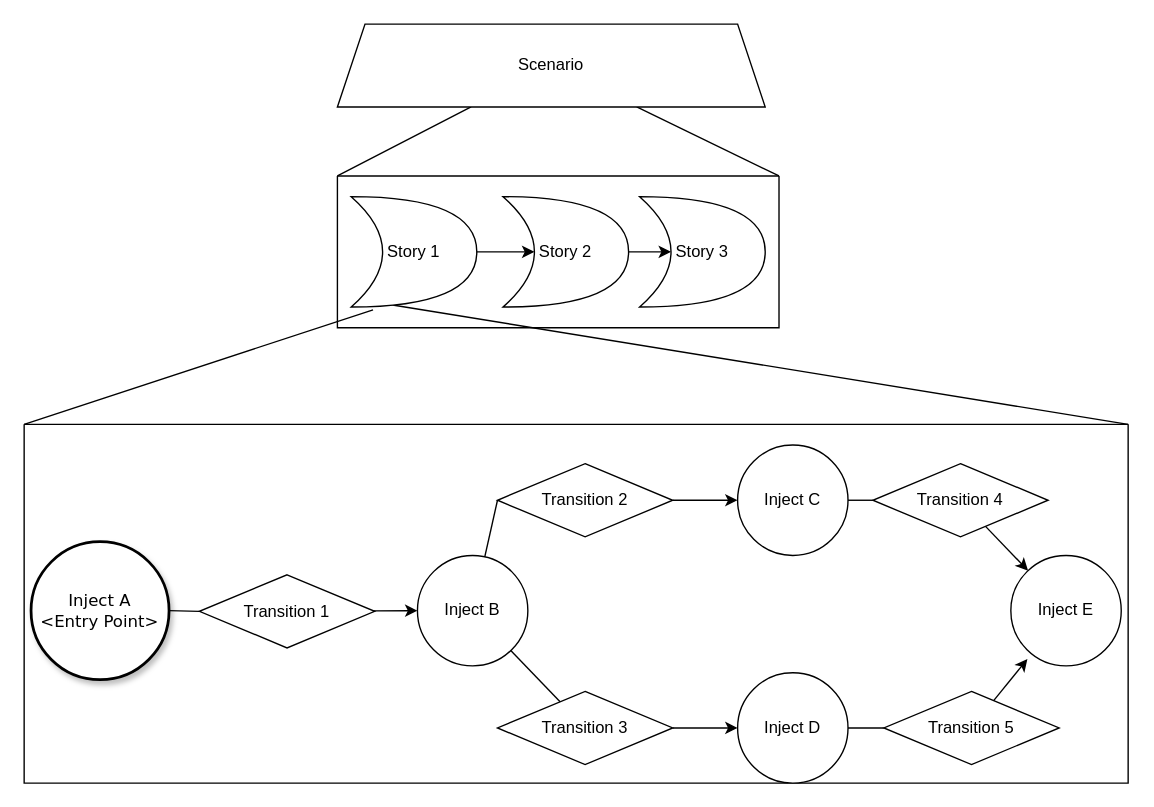
Before: page "Scenario with injects" (7 of 7) of artefacts/requirements/examples/Example Scenario.drawio in Elias-Ladenburger/CSEP, a draw.io diagram. Source tidied: cells renumbered, new cells numbered last; positions are measured from the earlier drawing's top-left corner, leaving out a move shared by most shapes. Both pictures are drawn from the tidied source at 138%, with x=0, y=0 at pixel (23, 23).
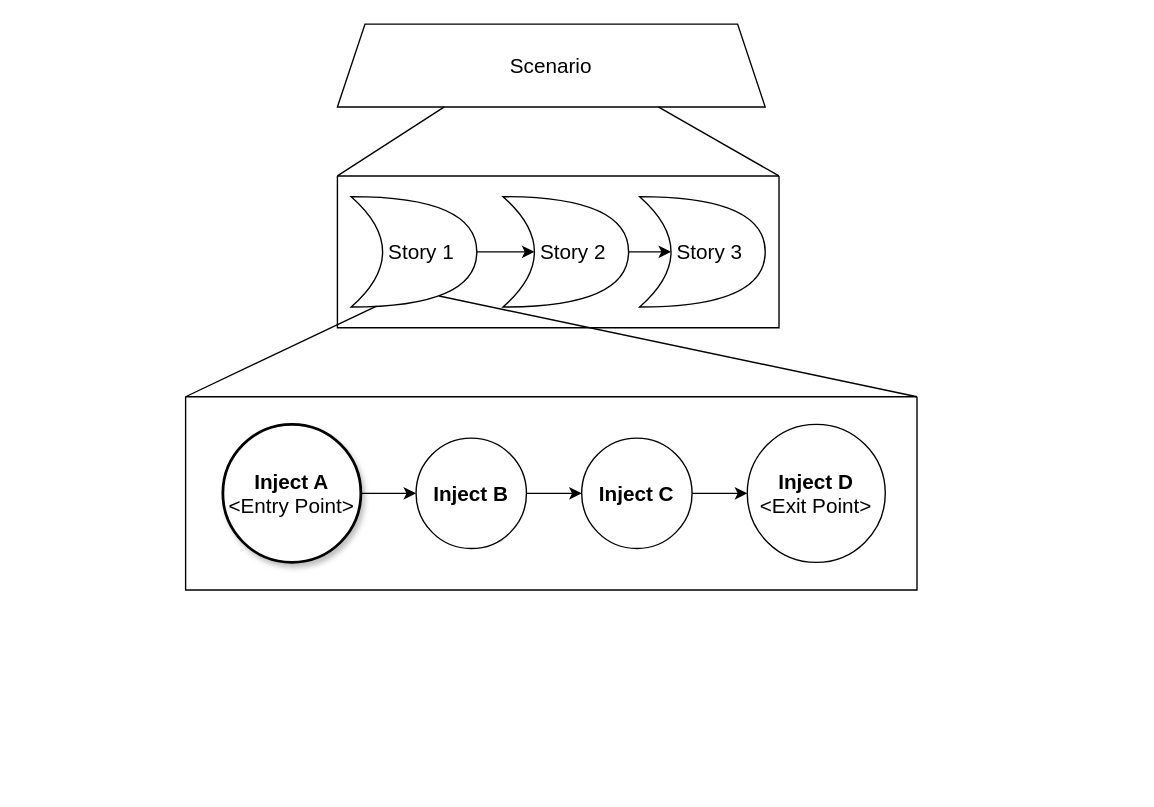
The same diagram, later.

The edit, as a diff of the source:
```diff
@@
-    <mxCell id="0" />
-    <mxCell id="1" parent="0" />
-    <mxCell id="2" style="edgeStyle=none;rounded=0;jettySize=auto;html=1;entryX=1;entryY=0;entryDx=0;entryDy=0;endArrow=none;endFill=0;" parent="1" edge="1" source="4" target="28">
-      <mxGeometry relative="1" as="geometry" />
-    </mxCell>
-    <mxCell id="3" style="edgeStyle=none;rounded=0;jettySize=auto;html=1;entryX=0;entryY=0;entryDx=0;entryDy=0;endArrow=none;endFill=0;" parent="1" edge="1" source="4" target="28">
-      <mxGeometry relative="1" as="geometry" />
-    </mxCell>
+    <mxCell id="34" />
+    <mxCell id="35" parent="34" />
-    <mxCell id="4" value="Scenario" style="shape=trapezoid;perimeter=trapezoidPerimeter;whiteSpace=wrap;html=1;fixedSize=1;" parent="1" vertex="1">
+    <mxCell id="4" value="Scenario" style="shape=trapezoid;perimeter=trapezoidPerimeter;whiteSpace=wrap;html=1;fixedSize=1;fontSize=15;" parent="35" vertex="1">
       <mxGeometry x="227" width="310" height="60" as="geometry" />
     </mxCell>
-    <mxCell id="5" style="edgeStyle=none;rounded=0;jettySize=auto;html=1;entryX=0;entryY=0;entryDx=0;entryDy=0;exitX=0.174;exitY=1.025;exitDx=0;exitDy=0;exitPerimeter=0;endArrow=none;endFill=0;" parent="1" edge="1" source="29" target="7">
-      <mxGeometry relative="1" as="geometry" />
-    </mxCell>
-    <mxCell id="6" style="edgeStyle=none;rounded=0;jettySize=auto;html=1;exitX=0.329;exitY=0.981;exitDx=0;exitDy=0;exitPerimeter=0;entryX=1;entryY=0;entryDx=0;entryDy=0;endArrow=none;endFill=0;" parent="1" edge="1" source="29" target="7">
-      <mxGeometry relative="1" as="geometry" />
-    </mxCell>
-    <mxCell id="7" style="swimlane;startSize=0;" parent="1" vertex="1">
-      <mxGeometry y="290" width="800" height="260" as="geometry" />
-    </mxCell>
+    <mxCell id="36" style="swimlane;startSize=0;" parent="35" vertex="1">
+      <mxGeometry x="117" y="270" width="530" height="140" as="geometry" />
+    </mxCell>
+    <mxCell id="37" style="edgeStyle=none;rounded=0;orthogonalLoop=1;jettySize=auto;html=1;startArrow=none;" parent="36" edge="1">
+      <mxGeometry relative="1" as="geometry">
+        <mxPoint x="470" y="220" as="sourcePoint" />
+      </mxGeometry>
+    </mxCell>
+    <mxCell id="38" style="edgeStyle=none;rounded=0;orthogonalLoop=1;jettySize=auto;html=1;entryX=0.15;entryY=0.938;entryDx=0;entryDy=0;entryPerimeter=0;startArrow=none;" parent="36" edge="1">
+      <mxGeometry relative="1" as="geometry">
+        <mxPoint x="702.6" y="200.2" as="sourcePoint" />
+      </mxGeometry>
+    </mxCell>
+    <mxCell id="39" style="edgeStyle=none;rounded=0;orthogonalLoop=1;jettySize=auto;html=1;startArrow=none;" parent="36" edge="1">
+      <mxGeometry relative="1" as="geometry">
+        <mxPoint x="696.7" y="73.9" as="sourcePoint" />
+      </mxGeometry>
+    </mxCell>
+    <mxCell id="40" style="rounded=0;orthogonalLoop=1;jettySize=auto;html=1;entryX=0;entryY=0.5;entryDx=0;entryDy=0;startArrow=none;" parent="36" edge="1">
+      <mxGeometry relative="1" as="geometry">
+        <mxPoint x="470" y="55" as="sourcePoint" />
+      </mxGeometry>
+    </mxCell>
+    <mxCell id="41" style="edgeStyle=orthogonalEdgeStyle;rounded=0;jettySize=auto;html=1;" parent="36" edge="1" source="8" target="10">
+      <mxGeometry relative="1" as="geometry" />
+    </mxCell>
-    <mxCell id="8" value="Inject A&lt;br&gt;&amp;lt;Entry Point&amp;gt;" style="ellipse;whiteSpace=wrap;html=1;rounded=1;shadow=1;comic=0;labelBackgroundColor=none;strokeWidth=2;fontFamily=Verdana;fontSize=12;align=center;" parent="7" vertex="1">
-      <mxGeometry x="5" y="85" width="100" height="100" as="geometry" />
+    <mxCell id="8" value="&lt;font style=&quot;font-size: 15px;&quot;&gt;Inject A&lt;/font&gt;&lt;br style=&quot;font-size: 15px;&quot;&gt;&lt;span style=&quot;font-weight: normal; font-size: 15px;&quot;&gt;&amp;lt;Entry Point&amp;gt;&lt;/span&gt;" style="ellipse;whiteSpace=wrap;html=1;rounded=1;shadow=1;comic=0;labelBackgroundColor=none;strokeWidth=2;fontFamily=Helvetica;fontSize=15;align=center;fontStyle=1;" parent="36" vertex="1">
+      <mxGeometry x="27" y="20" width="100" height="100" as="geometry" />
     </mxCell>
-    <mxCell id="9" value="Transition 1" style="rhombus;whiteSpace=wrap;html=1;" parent="7" vertex="1">
-      <mxGeometry x="127" y="109" width="127" height="53" as="geometry" />
-    </mxCell>
+    <mxCell id="42" style="edgeStyle=orthogonalEdgeStyle;rounded=0;jettySize=auto;html=1;entryX=0;entryY=0.5;entryDx=0;entryDy=0;" parent="36" edge="1" source="10" target="17">
+      <mxGeometry relative="1" as="geometry" />
+    </mxCell>
-    <mxCell id="10" value="Inject B" style="ellipse;whiteSpace=wrap;html=1;" parent="7" vertex="1">
-      <mxGeometry x="285" y="95" width="80" height="80" as="geometry" />
+    <mxCell id="10" value="Inject B" style="ellipse;whiteSpace=wrap;html=1;fontSize=15;fontStyle=1;" parent="36" vertex="1">
+      <mxGeometry x="167" y="30" width="80" height="80" as="geometry" />
     </mxCell>
-    <mxCell id="11" value="Transition 2" style="rhombus;whiteSpace=wrap;html=1;" parent="7" vertex="1">
-      <mxGeometry x="343" y="28.5" width="127" height="53" as="geometry" />
-    </mxCell>
-    <mxCell id="12" value="Transition 3" style="rhombus;whiteSpace=wrap;html=1;" parent="7" vertex="1">
-      <mxGeometry x="343" y="193.5" width="127" height="53" as="geometry" />
-    </mxCell>
-    <mxCell id="13" value="Inject D" style="ellipse;whiteSpace=wrap;html=1;" parent="7" vertex="1">
-      <mxGeometry x="517" y="180" width="80" height="80" as="geometry" />
-    </mxCell>
-    <mxCell id="14" value="Transition 5" style="rhombus;whiteSpace=wrap;html=1;" parent="7" vertex="1">
-      <mxGeometry x="623" y="193.5" width="127" height="53" as="geometry" />
-    </mxCell>
-    <mxCell id="15" value="Inject E" style="ellipse;whiteSpace=wrap;html=1;" parent="7" vertex="1">
-      <mxGeometry x="715" y="95" width="80" height="80" as="geometry" />
-    </mxCell>
-    <mxCell id="16" value="Transition 4" style="rhombus;whiteSpace=wrap;html=1;" parent="7" vertex="1">
-      <mxGeometry x="615" y="28.5" width="127" height="53" as="geometry" />
-    </mxCell>
+    <mxCell id="43" style="rounded=0;jettySize=auto;html=1;entryX=0;entryY=0.5;entryDx=0;entryDy=0;" parent="36" edge="1" source="17" target="44">
+      <mxGeometry relative="1" as="geometry" />
+    </mxCell>
-    <mxCell id="17" value="Inject C" style="ellipse;whiteSpace=wrap;html=1;" parent="7" vertex="1">
-      <mxGeometry x="517" y="15" width="80" height="80" as="geometry" />
+    <mxCell id="17" value="Inject C" style="ellipse;whiteSpace=wrap;html=1;fontSize=15;fontStyle=1;" parent="36" vertex="1">
+      <mxGeometry x="287" y="30" width="80" height="80" as="geometry" />
     </mxCell>
-    <mxCell id="18" style="endArrow=none;html=1;entryX=0;entryY=0.5;entryDx=0;entryDy=0;" parent="7" edge="1" source="8" target="9">
-      <mxGeometry relative="1" as="geometry" />
-    </mxCell>
-    <mxCell id="19" style="endArrow=classic;html=1;entryX=0;entryY=0.5;entryDx=0;entryDy=0;startArrow=none;" parent="7" edge="1" source="9" target="10">
-      <mxGeometry relative="1" as="geometry" />
-    </mxCell>
-    <mxCell id="20" style="rounded=0;jettySize=auto;html=1;entryX=0;entryY=0.5;entryDx=0;entryDy=0;endArrow=none;" parent="7" edge="1" source="10" target="11">
-      <mxGeometry relative="1" as="geometry" />
-    </mxCell>
-    <mxCell id="21" style="edgeStyle=none;rounded=0;jettySize=auto;html=1;endArrow=none;" parent="7" edge="1" source="10" target="12">
-      <mxGeometry relative="1" as="geometry" />
-    </mxCell>
-    <mxCell id="22" style="edgeStyle=none;rounded=0;jettySize=auto;html=1;startArrow=none;" parent="7" edge="1" source="12" target="13">
-      <mxGeometry relative="1" as="geometry" />
-    </mxCell>
-    <mxCell id="23" style="edgeStyle=none;rounded=0;jettySize=auto;html=1;entryX=0;entryY=0.5;entryDx=0;entryDy=0;endArrow=none;" parent="7" edge="1" source="13" target="14">
-      <mxGeometry relative="1" as="geometry" />
-    </mxCell>
-    <mxCell id="24" style="edgeStyle=none;rounded=0;jettySize=auto;html=1;entryX=0.15;entryY=0.938;entryDx=0;entryDy=0;entryPerimeter=0;startArrow=none;" parent="7" edge="1" source="14" target="15">
-      <mxGeometry relative="1" as="geometry" />
-    </mxCell>
-    <mxCell id="25" style="edgeStyle=none;rounded=0;jettySize=auto;html=1;startArrow=none;" parent="7" edge="1" source="16" target="15">
-      <mxGeometry relative="1" as="geometry" />
-    </mxCell>
-    <mxCell id="26" style="rounded=0;jettySize=auto;html=1;entryX=0;entryY=0.5;entryDx=0;entryDy=0;startArrow=none;" parent="7" edge="1" source="11" target="17">
-      <mxGeometry relative="1" as="geometry" />
-    </mxCell>
-    <mxCell id="27" style="edgeStyle=none;rounded=0;jettySize=auto;html=1;endArrow=none;" parent="7" edge="1" source="17" target="16">
-      <mxGeometry relative="1" as="geometry" />
-    </mxCell>
-    <mxCell id="28" style="swimlane;startSize=0;" parent="1" vertex="1">
-      <mxGeometry x="227" y="110" width="320" height="110" as="geometry" />
-    </mxCell>
+    <mxCell id="44" value="Inject D&lt;br&gt;&lt;span style=&quot;font-weight: normal&quot;&gt;&lt;font style=&quot;font-size: 15px&quot;&gt;&amp;lt;Exit Point&amp;gt;&lt;/font&gt;&lt;/span&gt;" style="ellipse;whiteSpace=wrap;html=1;fontSize=15;fontStyle=1;" parent="36" vertex="1">
+      <mxGeometry x="407" y="20" width="100" height="100" as="geometry" />
+    </mxCell>
+    <mxCell id="45" style="swimlane;startSize=0;fontSize=15;" parent="35" vertex="1">
+      <mxGeometry x="227" y="110" width="320" height="110" as="geometry" />
+    </mxCell>
-    <mxCell id="29" value="Story 1" style="shape=xor;whiteSpace=wrap;html=1;" parent="28" vertex="1">
+    <mxCell id="29" value="Story 1" style="shape=xor;whiteSpace=wrap;html=1;fontSize=15;spacingLeft=11;" parent="45" vertex="1">
       <mxGeometry x="10" y="15" width="91" height="80" as="geometry" />
     </mxCell>
-    <mxCell id="30" value="Story 2" style="shape=xor;whiteSpace=wrap;html=1;" parent="28" vertex="1">
+    <mxCell id="30" value="Story 2" style="shape=xor;whiteSpace=wrap;html=1;fontSize=15;spacingLeft=11;" parent="45" vertex="1">
       <mxGeometry x="120" y="15" width="91" height="80" as="geometry" />
     </mxCell>
-    <mxCell id="31" value="Story 3" style="shape=xor;whiteSpace=wrap;html=1;" parent="28" vertex="1">
+    <mxCell id="31" value="Story 3" style="shape=xor;whiteSpace=wrap;html=1;fontSize=15;spacingLeft=11;" parent="45" vertex="1">
       <mxGeometry x="219" y="15" width="91" height="80" as="geometry" />
     </mxCell>
-    <mxCell id="32" style="edgeStyle=none;rounded=0;jettySize=auto;html=1;exitX=1;exitY=0.5;exitDx=0;exitDy=0;exitPerimeter=0;entryX=0.25;entryY=0.5;entryDx=0;entryDy=0;entryPerimeter=0;" parent="28" edge="1" source="29" target="30">
+    <mxCell id="32" style="edgeStyle=none;rounded=0;jettySize=auto;html=1;exitX=1;exitY=0.5;exitDx=0;exitDy=0;exitPerimeter=0;entryX=0.25;entryY=0.5;entryDx=0;entryDy=0;entryPerimeter=0;" parent="45" edge="1" source="29" target="30">
       <mxGeometry relative="1" as="geometry" />
     </mxCell>
-    <mxCell id="33" style="edgeStyle=none;rounded=0;jettySize=auto;html=1;exitX=1;exitY=0.5;exitDx=0;exitDy=0;exitPerimeter=0;entryX=0.25;entryY=0.5;entryDx=0;entryDy=0;entryPerimeter=0;" parent="28" edge="1" source="30" target="31">
+    <mxCell id="33" style="edgeStyle=none;rounded=0;jettySize=auto;html=1;exitX=1;exitY=0.5;exitDx=0;exitDy=0;exitPerimeter=0;entryX=0.25;entryY=0.5;entryDx=0;entryDy=0;entryPerimeter=0;" parent="45" edge="1" source="30" target="31">
       <mxGeometry relative="1" as="geometry" />
     </mxCell>
+    <mxCell id="46" style="edgeStyle=none;rounded=0;jettySize=auto;html=1;endArrow=none;exitX=0.7;exitY=0.9;exitDx=0;exitDy=0;entryX=1;entryY=0;entryDx=0;entryDy=0;exitPerimeter=0;" parent="35" edge="1" source="29" target="36">
+      <mxGeometry relative="1" as="geometry" />
+    </mxCell>
+    <mxCell id="47" style="edgeStyle=none;rounded=0;jettySize=auto;html=1;entryX=0.202;entryY=0.992;entryDx=0;entryDy=0;endArrow=none;exitX=0;exitY=0;exitDx=0;exitDy=0;entryPerimeter=0;" parent="35" edge="1" source="36" target="29">
+      <mxGeometry relative="1" as="geometry" />
+    </mxCell>
+    <mxCell id="48" style="edgeStyle=none;rounded=0;jettySize=auto;html=1;endArrow=none;exitX=0.75;exitY=1;exitDx=0;exitDy=0;entryX=1;entryY=0;entryDx=0;entryDy=0;" parent="35" edge="1" source="4" target="45">
+      <mxGeometry relative="1" as="geometry" />
+    </mxCell>
+    <mxCell id="49" style="endArrow=none;html=1;entryX=0.25;entryY=1;entryDx=0;entryDy=0;exitX=0;exitY=0;exitDx=0;exitDy=0;" parent="35" edge="1" source="45" target="4">
+      <mxGeometry relative="1" as="geometry" />
+    </mxCell>
```
